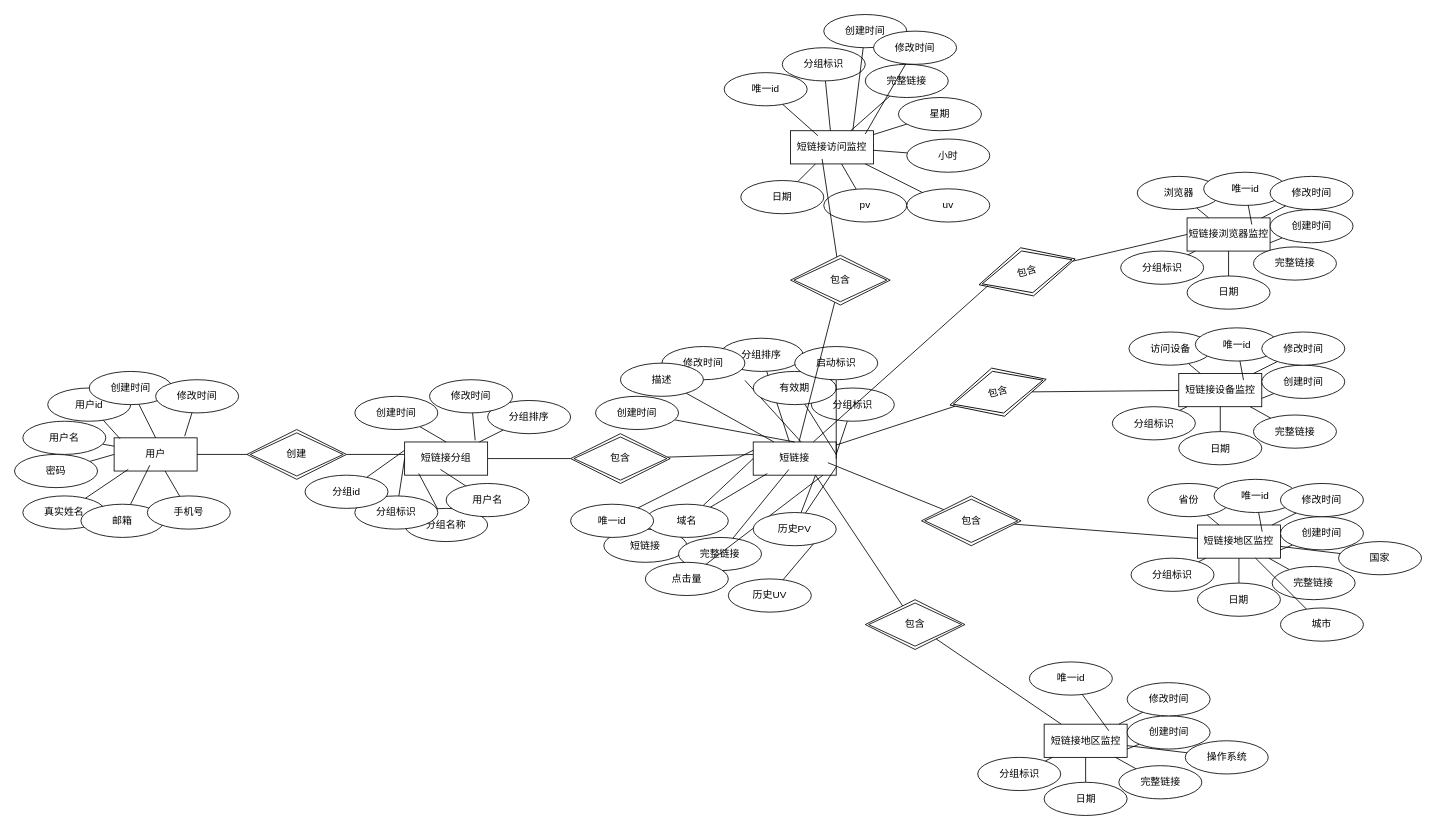
Before: Untitled Diagram.drawio in ClownMing/some, a draw.io diagram. Source tidied: cells renumbered, new cells numbered last; positions are measured from the earlier drawing's top-left corner, leaving out a move shared by most shapes. Both pictures are drawn from the tidied source at 83%, with x=0, y=0 at pixel (14, 14).
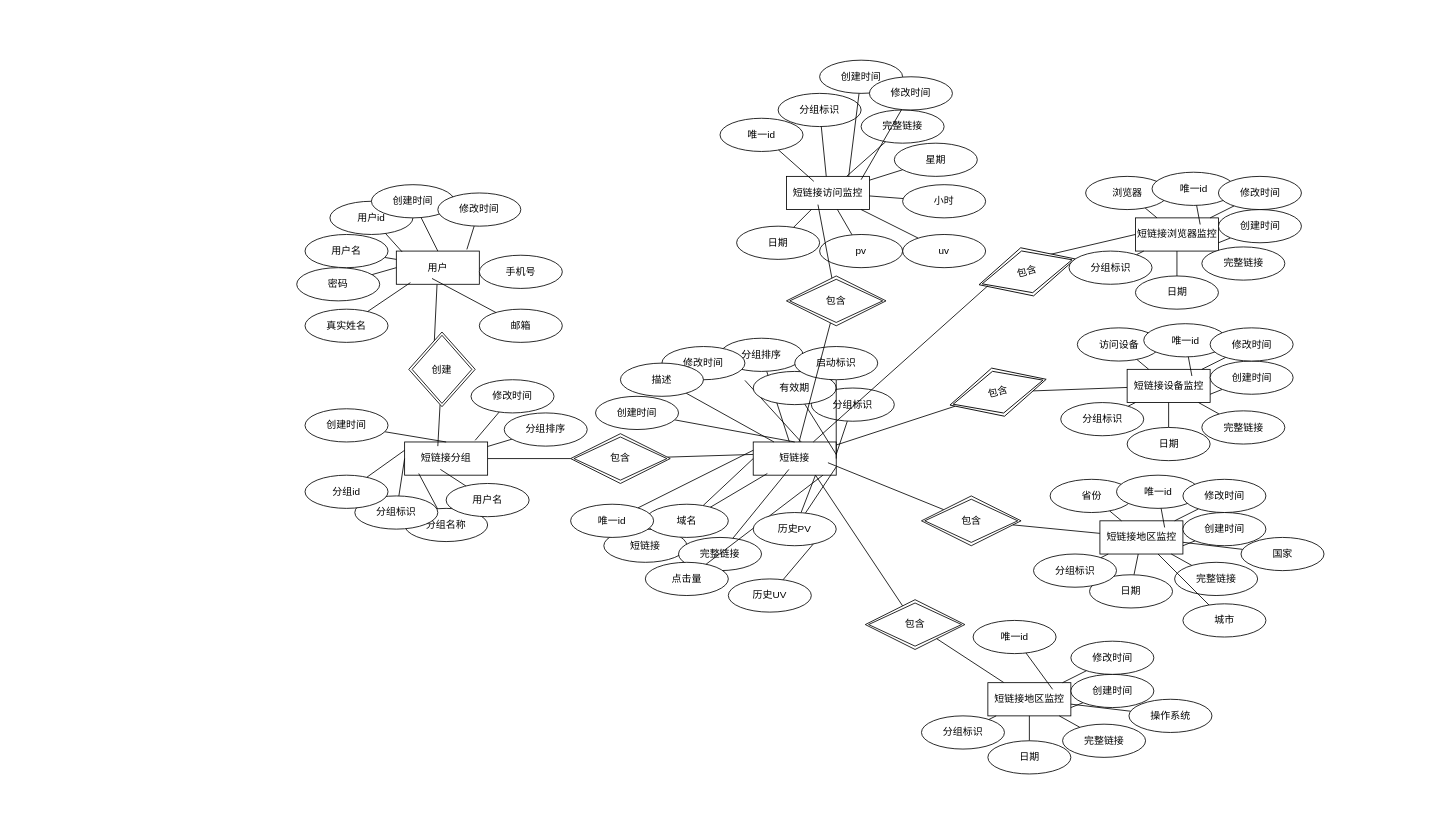
After the change.

The change refers to these unchanged cells:
```xml
<mxCell id="94" value="包含" style="shape=rhombus;double=1;perimeter=rhombusPerimeter;whiteSpace=wrap;html=1;align=center;rotation=-15;" parent="1" vertex="1">
  <mxGeometry x="1160" y="280" width="120" height="60" as="geometry" />
</mxCell>
```

The edit, as a diff of the source:
```diff
@@
-    <mxCell id="2" style="rounded=0;jettySize=auto;html=1;endArrow=none;startFill=0;" parent="1" edge="1" source="37">
-      <mxGeometry relative="1" as="geometry">
-        <mxPoint x="470" y="530" as="targetPoint" />
-      </mxGeometry>
-    </mxCell>
+    <mxCell id="170" style="rounded=0;jettySize=auto;html=1;entryX=0.5;entryY=0;entryDx=0;entryDy=0;endArrow=none;startFill=0;" parent="1" edge="1" source="3">
+      <mxGeometry relative="1" as="geometry">
+        <mxPoint x="505" y="410" as="targetPoint" />
+      </mxGeometry>
+    </mxCell>
     <mxCell id="3" value="用户" style="whiteSpace=wrap;html=1;align=center;" parent="1" vertex="1">
-      <mxGeometry x="120" y="510" width="100" height="40" as="geometry" />
+      <mxGeometry x="460" y="285" width="100" height="40" as="geometry" />
     </mxCell>
     <mxCell id="4" value="真实姓名" style="ellipse;whiteSpace=wrap;html=1;align=center;" parent="1" vertex="1">
-      <mxGeometry x="10" y="580" width="100" height="40" as="geometry" />
+      <mxGeometry x="350" y="355" width="100" height="40" as="geometry" />
     </mxCell>
@@
     <mxCell id="7" value="密码" style="ellipse;whiteSpace=wrap;html=1;align=center;" parent="1" vertex="1">
-      <mxGeometry y="530" width="100" height="40" as="geometry" />
+      <mxGeometry x="340" y="305" width="100" height="40" as="geometry" />
     </mxCell>
@@
     <mxCell id="9" value="用户名" style="ellipse;whiteSpace=wrap;html=1;align=center;" parent="1" vertex="1">
-      <mxGeometry x="10" y="490" width="100" height="40" as="geometry" />
+      <mxGeometry x="350" y="265" width="100" height="40" as="geometry" />
     </mxCell>
     <mxCell id="10" value="用户id" style="ellipse;whiteSpace=wrap;html=1;align=center;" parent="1" vertex="1">
-      <mxGeometry x="40" y="450" width="100" height="40" as="geometry" />
+      <mxGeometry x="380" y="225" width="100" height="40" as="geometry" />
     </mxCell>
@@
     <mxCell id="12" value="邮箱" style="ellipse;whiteSpace=wrap;html=1;align=center;" parent="1" vertex="1">
-      <mxGeometry x="80" y="590" width="100" height="40" as="geometry" />
+      <mxGeometry x="560" y="355" width="100" height="40" as="geometry" />
     </mxCell>
@@
     <mxCell id="14" value="手机号" style="ellipse;whiteSpace=wrap;html=1;align=center;" parent="1" vertex="1">
-      <mxGeometry x="160" y="580" width="100" height="40" as="geometry" />
+      <mxGeometry x="560" y="290" width="100" height="40" as="geometry" />
     </mxCell>
@@
     <mxCell id="16" value="创建时间" style="ellipse;whiteSpace=wrap;html=1;align=center;" parent="1" vertex="1">
-      <mxGeometry x="90" y="430" width="100" height="40" as="geometry" />
+      <mxGeometry x="430" y="205" width="100" height="40" as="geometry" />
     </mxCell>
     <mxCell id="17" value="修改时间" style="ellipse;whiteSpace=wrap;html=1;align=center;" parent="1" vertex="1">
-      <mxGeometry x="170" y="440" width="100" height="40" as="geometry" />
+      <mxGeometry x="510" y="215" width="100" height="40" as="geometry" />
     </mxCell>
@@
     <mxCell id="30" value="分组排序" style="ellipse;whiteSpace=wrap;html=1;align=center;" parent="1" vertex="1">
-      <mxGeometry x="570" y="465" width="100" height="40" as="geometry" />
+      <mxGeometry x="590" y="480" width="100" height="40" as="geometry" />
     </mxCell>
@@
     <mxCell id="32" value="创建时间" style="ellipse;whiteSpace=wrap;html=1;align=center;" parent="1" vertex="1">
-      <mxGeometry x="410" y="460" width="100" height="40" as="geometry" />
+      <mxGeometry x="350" y="475" width="100" height="40" as="geometry" />
     </mxCell>
     <mxCell id="33" value="修改时间" style="ellipse;whiteSpace=wrap;html=1;align=center;" parent="1" vertex="1">
-      <mxGeometry x="500" y="440" width="100" height="40" as="geometry" />
+      <mxGeometry x="550" y="440" width="100" height="40" as="geometry" />
     </mxCell>
@@
-    <mxCell id="36" style="rounded=0;jettySize=auto;html=1;endArrow=none;startFill=0;" parent="1" edge="1" source="3" target="37">
-      <mxGeometry relative="1" as="geometry" />
-    </mxCell>
-    <mxCell id="37" value="创建" style="shape=rhombus;double=1;perimeter=rhombusPerimeter;whiteSpace=wrap;html=1;align=center;" parent="1" vertex="1">
-      <mxGeometry x="280" y="500" width="120" height="60" as="geometry" />
-    </mxCell>
@@
     <mxCell id="68" value="短链接访问监控" style="whiteSpace=wrap;html=1;align=center;" parent="1" vertex="1">
-      <mxGeometry x="935" y="140" width="100" height="40" as="geometry" />
+      <mxGeometry x="930" y="195" width="100" height="40" as="geometry" />
     </mxCell>
@@
     <mxCell id="72" value="包含" style="shape=rhombus;double=1;perimeter=rhombusPerimeter;whiteSpace=wrap;html=1;align=center;" parent="1" vertex="1">
-      <mxGeometry x="935" y="290" width="120" height="60" as="geometry" />
+      <mxGeometry x="930" y="315" width="120" height="60" as="geometry" />
     </mxCell>
@@
     <mxCell id="74" value="分组标识" style="ellipse;whiteSpace=wrap;html=1;align=center;" parent="1" vertex="1">
-      <mxGeometry x="925" y="40" width="100" height="40" as="geometry" />
+      <mxGeometry x="920" y="95" width="100" height="40" as="geometry" />
     </mxCell>
@@
     <mxCell id="76" value="日期" style="ellipse;whiteSpace=wrap;html=1;align=center;" parent="1" vertex="1">
-      <mxGeometry x="875" y="200" width="100" height="40" as="geometry" />
+      <mxGeometry x="870" y="255" width="100" height="40" as="geometry" />
     </mxCell>
@@
     <mxCell id="78" value="pv" style="ellipse;whiteSpace=wrap;html=1;align=center;" parent="1" vertex="1">
-      <mxGeometry x="975" y="210" width="100" height="40" as="geometry" />
+      <mxGeometry x="970" y="265" width="100" height="40" as="geometry" />
     </mxCell>
@@
     <mxCell id="80" value="uv" style="ellipse;whiteSpace=wrap;html=1;align=center;" parent="1" vertex="1">
-      <mxGeometry x="1075" y="210" width="100" height="40" as="geometry" />
+      <mxGeometry x="1070" y="265" width="100" height="40" as="geometry" />
     </mxCell>
@@
     <mxCell id="82" value="完整链接" style="ellipse;whiteSpace=wrap;html=1;align=center;" parent="1" vertex="1">
-      <mxGeometry x="1025" y="60" width="100" height="40" as="geometry" />
+      <mxGeometry x="1020" y="115" width="100" height="40" as="geometry" />
     </mxCell>
     <mxCell id="83" value="唯一id" style="ellipse;whiteSpace=wrap;html=1;align=center;" parent="1" vertex="1">
-      <mxGeometry x="855" y="70" width="100" height="40" as="geometry" />
+      <mxGeometry x="850" y="125" width="100" height="40" as="geometry" />
     </mxCell>
@@
     <mxCell id="85" value="小时" style="ellipse;whiteSpace=wrap;html=1;align=center;" parent="1" vertex="1">
-      <mxGeometry x="1075" y="150" width="100" height="40" as="geometry" />
+      <mxGeometry x="1070" y="205" width="100" height="40" as="geometry" />
     </mxCell>
@@
     <mxCell id="87" value="星期" style="ellipse;whiteSpace=wrap;html=1;align=center;" parent="1" vertex="1">
-      <mxGeometry x="1065" y="100" width="100" height="40" as="geometry" />
+      <mxGeometry x="1060" y="155" width="100" height="40" as="geometry" />
     </mxCell>
@@
     <mxCell id="89" value="创建时间" style="ellipse;whiteSpace=wrap;html=1;align=center;" parent="1" vertex="1">
-      <mxGeometry x="975" width="100" height="40" as="geometry" />
+      <mxGeometry x="970" y="55" width="100" height="40" as="geometry" />
     </mxCell>
     <mxCell id="90" value="修改时间" style="ellipse;whiteSpace=wrap;html=1;align=center;" parent="1" vertex="1">
-      <mxGeometry x="1035" y="20" width="100" height="40" as="geometry" />
+      <mxGeometry x="1030" y="75" width="100" height="40" as="geometry" />
     </mxCell>
@@
-    <mxCell id="93" style="rounded=0;jettySize=auto;html=1;entryX=0;entryY=0.5;entryDx=0;entryDy=0;endArrow=none;startFill=0;" parent="1" edge="1" source="94" target="96">
-      <mxGeometry relative="1" as="geometry" />
+    <mxCell id="93" style="rounded=0;jettySize=auto;html=1;entryX=0;entryY=0.5;entryDx=0;entryDy=0;endArrow=none;startFill=0;" parent="1" edge="1" target="96">
+      <mxGeometry relative="1" as="geometry">
+        <mxPoint x="1212.7" y="297.2" as="sourcePoint" />
+      </mxGeometry>
     </mxCell>
@@
     <mxCell id="96" value="短链接浏览器监控" style="whiteSpace=wrap;html=1;align=center;" parent="1" vertex="1">
-      <mxGeometry x="1412.7" y="245" width="100" height="40" as="geometry" />
+      <mxGeometry x="1350.5" y="245" width="100" height="40" as="geometry" />
     </mxCell>
@@
     <mxCell id="98" value="日期" style="ellipse;whiteSpace=wrap;html=1;align=center;" parent="1" vertex="1">
-      <mxGeometry x="1412.7" y="315" width="100" height="40" as="geometry" />
+      <mxGeometry x="1350.5" y="315" width="100" height="40" as="geometry" />
     </mxCell>
@@
     <mxCell id="100" value="分组标识" style="ellipse;whiteSpace=wrap;html=1;align=center;" parent="1" vertex="1">
-      <mxGeometry x="1332.7" y="285" width="100" height="40" as="geometry" />
+      <mxGeometry x="1270.5" y="285" width="100" height="40" as="geometry" />
     </mxCell>
@@
     <mxCell id="102" value="完整链接" style="ellipse;whiteSpace=wrap;html=1;align=center;" parent="1" vertex="1">
-      <mxGeometry x="1492.7" y="280" width="100" height="40" as="geometry" />
+      <mxGeometry x="1430.5" y="280" width="100" height="40" as="geometry" />
     </mxCell>
@@
     <mxCell id="104" value="浏览器" style="ellipse;whiteSpace=wrap;html=1;align=center;" parent="1" vertex="1">
-      <mxGeometry x="1352.7" y="195" width="100" height="40" as="geometry" />
+      <mxGeometry x="1290.5" y="195" width="100" height="40" as="geometry" />
     </mxCell>
     <mxCell id="105" value="唯一id" style="ellipse;whiteSpace=wrap;html=1;align=center;" parent="1" vertex="1">
-      <mxGeometry x="1432.7" y="190" width="100" height="40" as="geometry" />
+      <mxGeometry x="1370.5" y="190" width="100" height="40" as="geometry" />
     </mxCell>
@@
     <mxCell id="107" value="创建时间" style="ellipse;whiteSpace=wrap;html=1;align=center;" parent="1" vertex="1">
-      <mxGeometry x="1512.7" y="235" width="100" height="40" as="geometry" />
+      <mxGeometry x="1450.5" y="235" width="100" height="40" as="geometry" />
     </mxCell>
@@
     <mxCell id="109" value="修改时间" style="ellipse;whiteSpace=wrap;html=1;align=center;" parent="1" vertex="1">
-      <mxGeometry x="1512.7" y="195" width="100" height="40" as="geometry" />
+      <mxGeometry x="1450.5" y="195" width="100" height="40" as="geometry" />
     </mxCell>
@@
     <mxCell id="114" value="短链接设备监控" style="whiteSpace=wrap;html=1;align=center;" parent="1" vertex="1">
-      <mxGeometry x="1402.7" y="432.5" width="100" height="40" as="geometry" />
+      <mxGeometry x="1340.5" y="427.5" width="100" height="40" as="geometry" />
     </mxCell>
@@
     <mxCell id="116" value="日期" style="ellipse;whiteSpace=wrap;html=1;align=center;" parent="1" vertex="1">
-      <mxGeometry x="1402.7" y="502.5" width="100" height="40" as="geometry" />
+      <mxGeometry x="1340.5" y="497.5" width="100" height="40" as="geometry" />
     </mxCell>
@@
     <mxCell id="118" value="分组标识" style="ellipse;whiteSpace=wrap;html=1;align=center;" parent="1" vertex="1">
-      <mxGeometry x="1322.7" y="472.5" width="100" height="40" as="geometry" />
+      <mxGeometry x="1260.5" y="467.5" width="100" height="40" as="geometry" />
     </mxCell>
@@
     <mxCell id="120" value="完整链接" style="ellipse;whiteSpace=wrap;html=1;align=center;" parent="1" vertex="1">
-      <mxGeometry x="1492.7" y="482.5" width="100" height="40" as="geometry" />
+      <mxGeometry x="1430.5" y="477.5" width="100" height="40" as="geometry" />
     </mxCell>
@@
     <mxCell id="122" value="访问设备" style="ellipse;whiteSpace=wrap;html=1;align=center;" parent="1" vertex="1">
-      <mxGeometry x="1342.7" y="382.5" width="100" height="40" as="geometry" />
+      <mxGeometry x="1280.5" y="377.5" width="100" height="40" as="geometry" />
     </mxCell>
     <mxCell id="123" value="唯一id" style="ellipse;whiteSpace=wrap;html=1;align=center;" parent="1" vertex="1">
-      <mxGeometry x="1422.7" y="377.5" width="100" height="40" as="geometry" />
+      <mxGeometry x="1360.5" y="372.5" width="100" height="40" as="geometry" />
     </mxCell>
@@
     <mxCell id="125" value="创建时间" style="ellipse;whiteSpace=wrap;html=1;align=center;" parent="1" vertex="1">
-      <mxGeometry x="1502.7" y="422.5" width="100" height="40" as="geometry" />
+      <mxGeometry x="1440.5" y="417.5" width="100" height="40" as="geometry" />
     </mxCell>
@@
     <mxCell id="127" value="修改时间" style="ellipse;whiteSpace=wrap;html=1;align=center;" parent="1" vertex="1">
-      <mxGeometry x="1502.7" y="382.5" width="100" height="40" as="geometry" />
+      <mxGeometry x="1440.5" y="377.5" width="100" height="40" as="geometry" />
     </mxCell>
@@
     <mxCell id="132" value="短链接地区监控" style="whiteSpace=wrap;html=1;align=center;" parent="1" vertex="1">
-      <mxGeometry x="1425.2" y="615" width="100" height="40" as="geometry" />
+      <mxGeometry x="1307.7" y="610" width="100" height="40" as="geometry" />
     </mxCell>
@@
     <mxCell id="134" value="日期" style="ellipse;whiteSpace=wrap;html=1;align=center;" parent="1" vertex="1">
-      <mxGeometry x="1425.2" y="685" width="100" height="40" as="geometry" />
+      <mxGeometry x="1295.2" y="675" width="100" height="40" as="geometry" />
     </mxCell>
@@
     <mxCell id="136" value="分组标识" style="ellipse;whiteSpace=wrap;html=1;align=center;" parent="1" vertex="1">
-      <mxGeometry x="1345.2" y="655" width="100" height="40" as="geometry" />
+      <mxGeometry x="1227.7" y="650" width="100" height="40" as="geometry" />
     </mxCell>
@@
     <mxCell id="138" value="完整链接" style="ellipse;whiteSpace=wrap;html=1;align=center;" parent="1" vertex="1">
-      <mxGeometry x="1515.2" y="665" width="100" height="40" as="geometry" />
+      <mxGeometry x="1397.7" y="660" width="100" height="40" as="geometry" />
     </mxCell>
@@
     <mxCell id="140" value="省份" style="ellipse;whiteSpace=wrap;html=1;align=center;" parent="1" vertex="1">
-      <mxGeometry x="1365.2" y="565" width="100" height="40" as="geometry" />
+      <mxGeometry x="1247.7" y="560" width="100" height="40" as="geometry" />
     </mxCell>
     <mxCell id="141" value="唯一id" style="ellipse;whiteSpace=wrap;html=1;align=center;" parent="1" vertex="1">
-      <mxGeometry x="1445.2" y="560" width="100" height="40" as="geometry" />
+      <mxGeometry x="1327.7" y="555" width="100" height="40" as="geometry" />
     </mxCell>
@@
     <mxCell id="143" value="创建时间" style="ellipse;whiteSpace=wrap;html=1;align=center;" parent="1" vertex="1">
-      <mxGeometry x="1525.2" y="605" width="100" height="40" as="geometry" />
+      <mxGeometry x="1407.7" y="600" width="100" height="40" as="geometry" />
     </mxCell>
@@
     <mxCell id="145" value="修改时间" style="ellipse;whiteSpace=wrap;html=1;align=center;" parent="1" vertex="1">
-      <mxGeometry x="1525.2" y="565" width="100" height="40" as="geometry" />
+      <mxGeometry x="1407.7" y="560" width="100" height="40" as="geometry" />
     </mxCell>
@@
     <mxCell id="148" value="城市" style="ellipse;whiteSpace=wrap;html=1;align=center;" parent="1" vertex="1">
-      <mxGeometry x="1525.2" y="715" width="100" height="40" as="geometry" />
+      <mxGeometry x="1407.7" y="710" width="100" height="40" as="geometry" />
     </mxCell>
@@
     <mxCell id="150" value="国家" style="ellipse;whiteSpace=wrap;html=1;align=center;" parent="1" vertex="1">
-      <mxGeometry x="1595.2" y="635" width="100" height="40" as="geometry" />
+      <mxGeometry x="1477.7" y="630" width="100" height="40" as="geometry" />
     </mxCell>
@@
     <mxCell id="155" value="短链接地区监控" style="whiteSpace=wrap;html=1;align=center;" parent="1" vertex="1">
-      <mxGeometry x="1240.5" y="855" width="100" height="40" as="geometry" />
+      <mxGeometry x="1172.7" y="805" width="100" height="40" as="geometry" />
     </mxCell>
@@
     <mxCell id="157" value="日期" style="ellipse;whiteSpace=wrap;html=1;align=center;" parent="1" vertex="1">
-      <mxGeometry x="1240.5" y="925" width="100" height="40" as="geometry" />
+      <mxGeometry x="1172.7" y="875" width="100" height="40" as="geometry" />
     </mxCell>
@@
     <mxCell id="159" value="分组标识" style="ellipse;whiteSpace=wrap;html=1;align=center;" parent="1" vertex="1">
-      <mxGeometry x="1160.5" y="895" width="100" height="40" as="geometry" />
+      <mxGeometry x="1092.7" y="845" width="100" height="40" as="geometry" />
     </mxCell>
@@
     <mxCell id="161" value="完整链接" style="ellipse;whiteSpace=wrap;html=1;align=center;" parent="1" vertex="1">
-      <mxGeometry x="1330.5" y="905" width="100" height="40" as="geometry" />
+      <mxGeometry x="1262.7" y="855" width="100" height="40" as="geometry" />
     </mxCell>
     <mxCell id="162" value="唯一id" style="ellipse;whiteSpace=wrap;html=1;align=center;" parent="1" vertex="1">
-      <mxGeometry x="1222.7" y="780" width="100" height="40" as="geometry" />
+      <mxGeometry x="1154.9" y="730" width="100" height="40" as="geometry" />
     </mxCell>
@@
     <mxCell id="164" value="创建时间" style="ellipse;whiteSpace=wrap;html=1;align=center;" parent="1" vertex="1">
-      <mxGeometry x="1340.5" y="845" width="100" height="40" as="geometry" />
+      <mxGeometry x="1272.7" y="795" width="100" height="40" as="geometry" />
     </mxCell>
@@
     <mxCell id="166" value="修改时间" style="ellipse;whiteSpace=wrap;html=1;align=center;" parent="1" vertex="1">
-      <mxGeometry x="1340.5" y="805" width="100" height="40" as="geometry" />
+      <mxGeometry x="1272.7" y="755" width="100" height="40" as="geometry" />
     </mxCell>
@@
     <mxCell id="169" value="操作系统" style="ellipse;whiteSpace=wrap;html=1;align=center;" parent="1" vertex="1">
-      <mxGeometry x="1410.5" y="875" width="100" height="40" as="geometry" />
+      <mxGeometry x="1342.7" y="825" width="100" height="40" as="geometry" />
     </mxCell>
+    <mxCell id="171" style="rounded=0;jettySize=auto;html=1;endArrow=none;startFill=0;" parent="1" edge="1" source="37">
+      <mxGeometry relative="1" as="geometry">
+        <mxPoint x="510" y="520" as="targetPoint" />
+      </mxGeometry>
+    </mxCell>
+    <mxCell id="37" value="创建" style="shape=rhombus;double=1;perimeter=rhombusPerimeter;whiteSpace=wrap;html=1;align=center;" parent="1" vertex="1">
+      <mxGeometry x="475" y="382.5" width="80" height="90" as="geometry" />
+    </mxCell>
```
